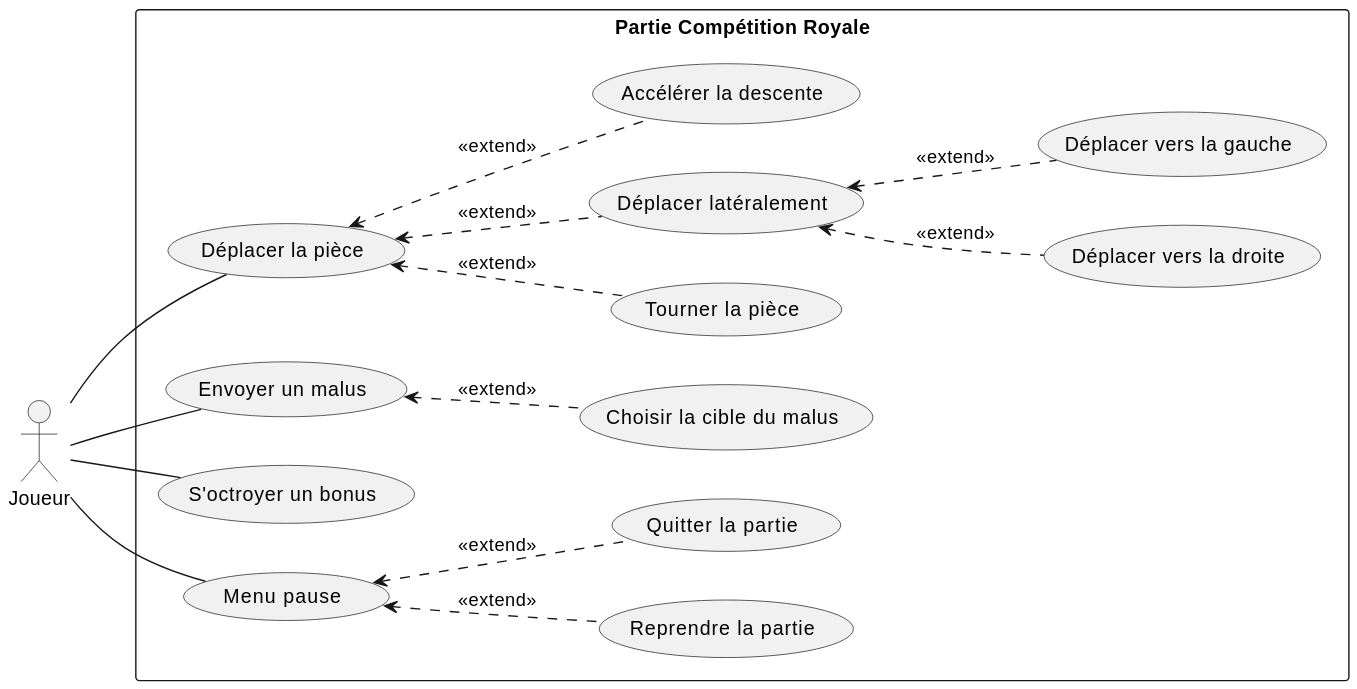
ulb-info2-group5/Royal-Blocks keeps this PlantUML diagram as SRD-DOC/uml/usescase/en-jeu/royal-competition.svg. Above is the earlier version.
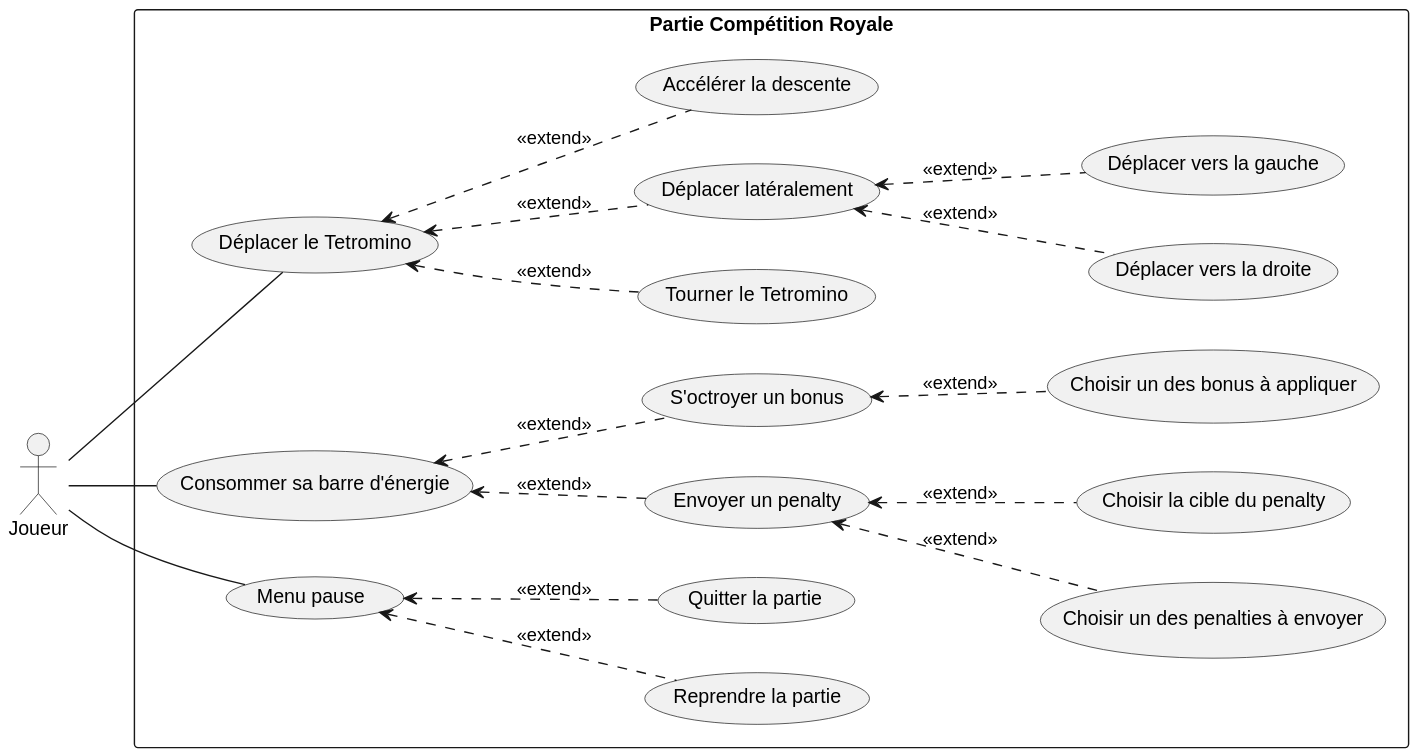
The same file after the commit.

Change to the diagram source:
```diff
@@ -5,14 +5,17 @@
 
 rectangle "Partie Compétition Royale" as game {
 
-    usecase "Déplacer la pièce" as move_piece
-    usecase "Tourner la pièce" as rotate_piece
+    usecase "Déplacer le Tetromino" as move_piece
+    usecase "Tourner le Tetromino" as rotate_piece
 
-    usecase "Envoyer un malus" as throw_penalty
+    usecase "Consommer sa barre d'énergie" as use_energy
+
+    usecase "Envoyer un penalty" as throw_penalty
+    usecase "Choisir un des penalties à envoyer" as choose_penalty
+    usecase "Choisir la cible du penalty" as choose_target
+
     usecase "S'octroyer un bonus" as get_bonus
-
-    usecase "Choisir la cible du malus" as choose_target
-
+    usecase "Choisir un des bonus à appliquer" as choose_bonus
 
     usecase "Déplacer latéralement" as lateral_movement
     usecase "Accélérer la descente" as increase_descent
@@ -26,8 +29,7 @@
 
 player -- move_piece
 player -- pause_menu
-player -- throw_penalty
-player -- get_bonus
+player -- use_energy
 
 (move_piece) <-. (lateral_movement): <<extend>>
 (move_piece) <-. (increase_descent): <<extend>>
@@ -38,5 +40,10 @@
 (pause_menu) <-. (resume_game): <<extend>>
 (pause_menu) <-. (quit_game): <<extend>>
 
+(use_energy) <-. (throw_penalty): <<extend>>
+(throw_penalty) <-. (choose_penalty): <<extend>>
 (throw_penalty) <-. (choose_target): <<extend>>
+
+(use_energy) <-. (get_bonus): <<extend>>
+(get_bonus) <-. (choose_bonus): <<extend>>
 @enduml
```
